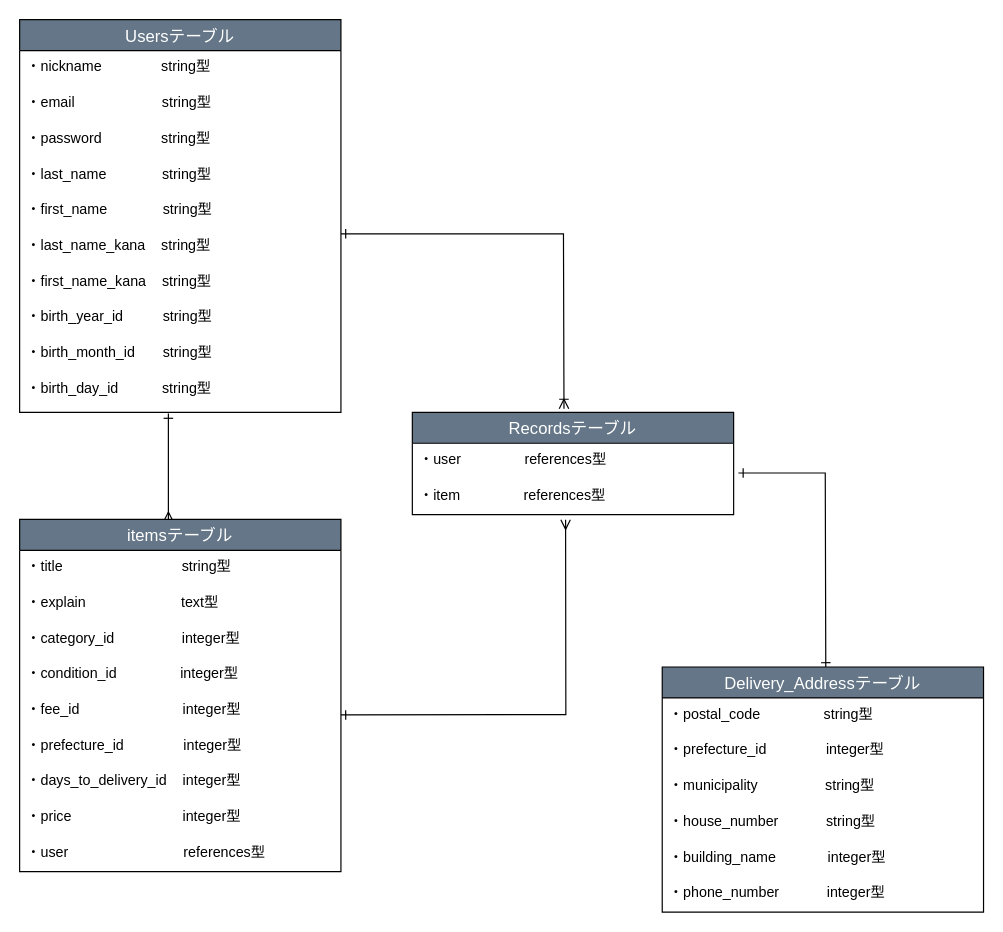
This is ER.dio from NAGA-87/furima-31785, a draw.io file, before an edit. Source tidied: cells renumbered, new cells numbered last; positions are measured from the earlier drawing's top-left corner, leaving out a move shared by most shapes. Both pictures are drawn from the tidied source at 119%, with x=0, y=0 at pixel (19, 19).
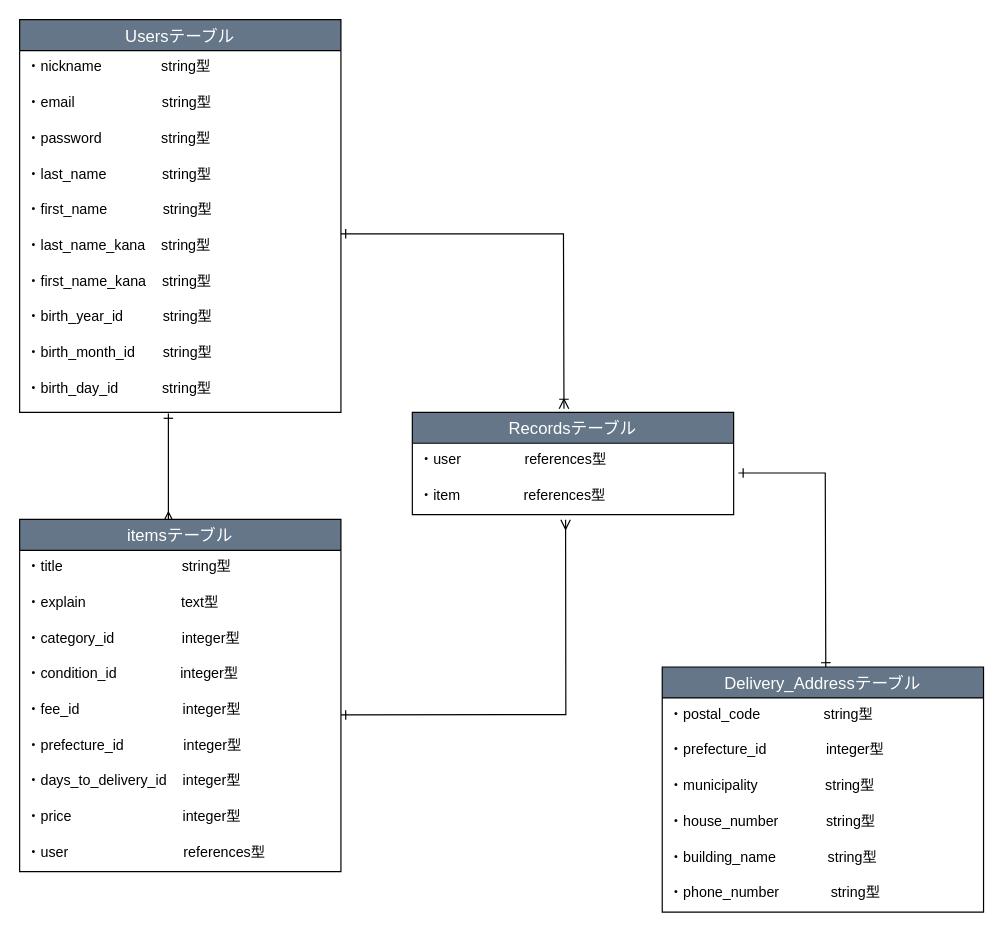
Above is the later version.

Commit message:
データベース設計_修正1.1

Unchanged cells that the change refers to:
```xml
<mxCell id="30" value="Delivery_Addressテーブル" style="swimlane;fontStyle=0;horizontal=1;startSize=26;align=center;fontSize=14;fillColor=#647687;fontColor=#ffffff;" parent="1" vertex="1">
  <mxGeometry x="540" y="544" width="270" height="206" as="geometry" />
</mxCell>
```

What changed in the source:
```diff
@@
-    <mxCell id="35" value="・building_name             integer型" style="text;fillColor=none;spacingLeft=4;spacingRight=4;overflow=hidden;fontSize=12;" parent="30" vertex="1">
+    <mxCell id="35" value="・building_name             string型" style="text;fillColor=none;spacingLeft=4;spacingRight=4;overflow=hidden;fontSize=12;" parent="30" vertex="1">
       <mxGeometry y="146" width="270" height="30" as="geometry" />
     </mxCell>
-    <mxCell id="36" value="・phone_number            integer型" style="text;fillColor=none;spacingLeft=4;spacingRight=4;overflow=hidden;fontSize=12;" parent="30" vertex="1">
+    <mxCell id="36" value="・phone_number             string型" style="text;fillColor=none;spacingLeft=4;spacingRight=4;overflow=hidden;fontSize=12;" parent="30" vertex="1">
       <mxGeometry y="176" width="270" height="30" as="geometry" />
     </mxCell>
```
